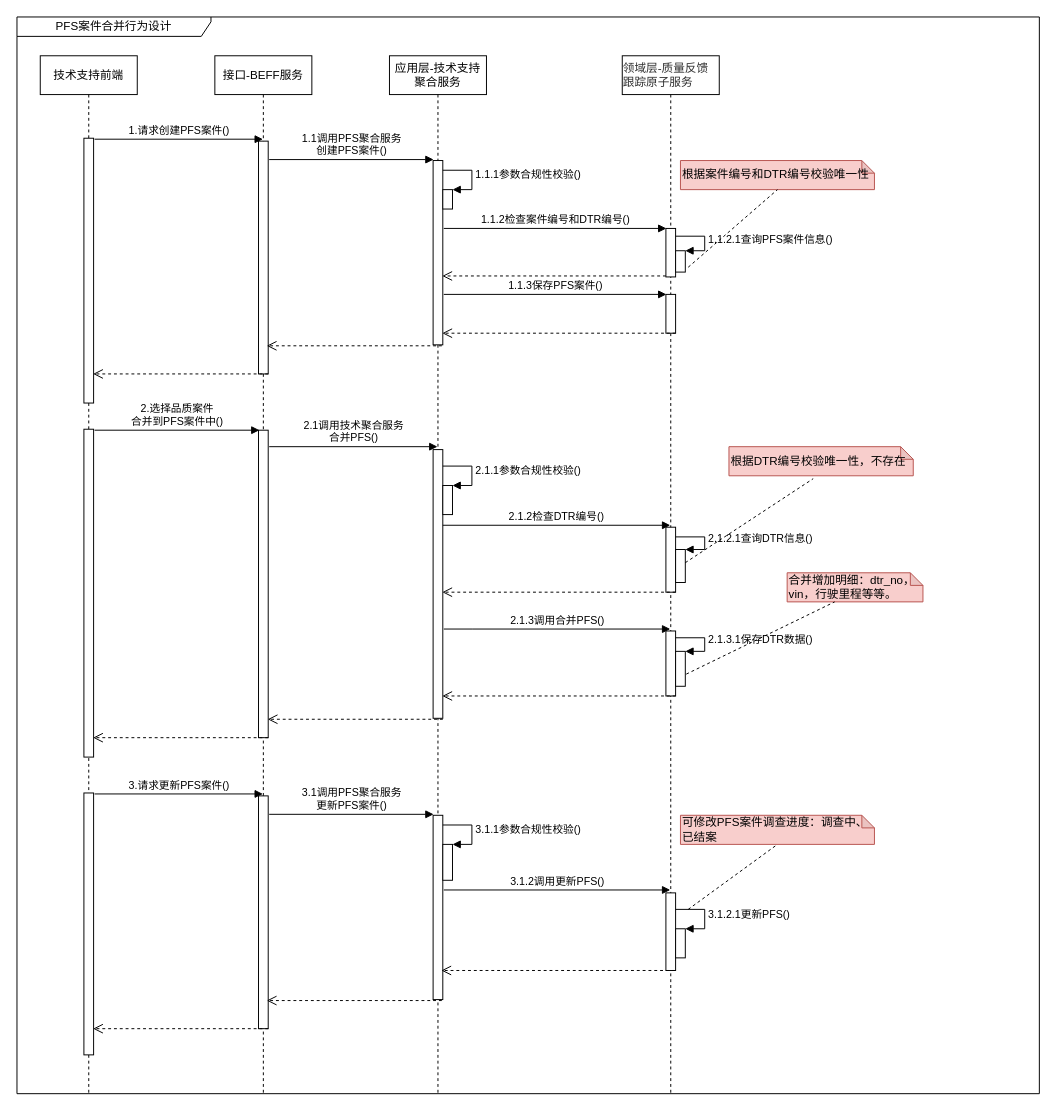
1132489442/designer keeps this draw.io diagram as page "PFS行为设计2" (17 of 21) of images/支援案件时序图.drawio. Above is the earlier version. Source tidied: cells renumbered, new cells numbered last; positions are measured from the earlier drawing's top-left corner, leaving out a move shared by most shapes. Both pictures are drawn from the tidied source at 97%, with x=0, y=0 at pixel (16, 16).
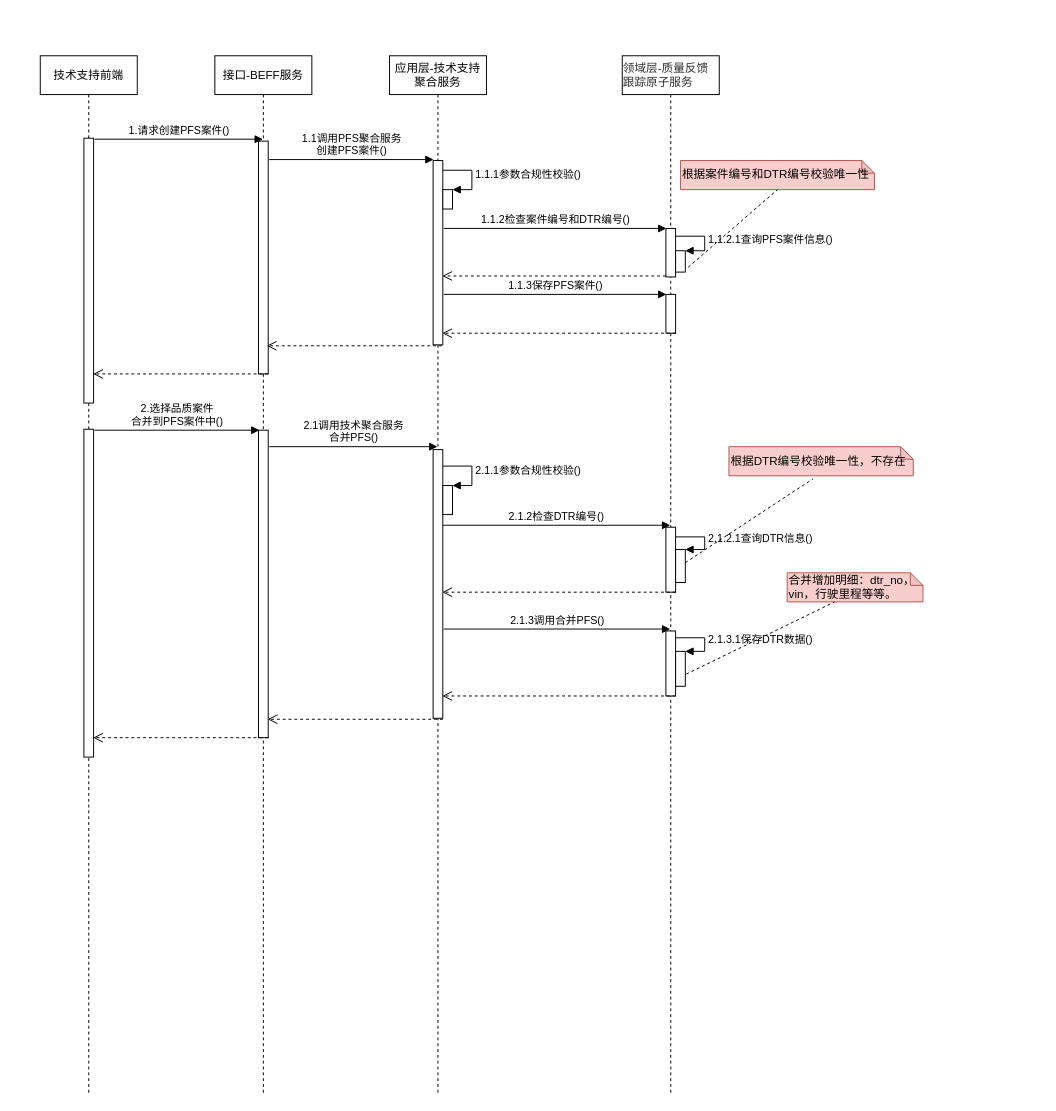
The same page after the edit.

The change refers to these unchanged cells:
```xml
<mxCell id="13" value="应用层-技术支持聚合服务" style="shape=umlLifeline;perimeter=lifelinePerimeter;whiteSpace=wrap;html=1;labelBackgroundColor=none;fillColor=#FFFFFF;" parent="1" vertex="1">
  <mxGeometry x="384" y="40" width="100" height="1070" as="geometry" />
</mxCell>
<mxCell id="25" value="&lt;div style=&quot;text-align: left&quot;&gt;&lt;font color=&quot;#2e2e2e&quot; style=&quot;font-size: 12px&quot;&gt;领域层-质量反馈跟踪原子服务&lt;/font&gt;&lt;/div&gt;" style="shape=umlLifeline;perimeter=lifelinePerimeter;whiteSpace=wrap;html=1;outlineConnect=0;labelBackgroundColor=none;fillColor=#FFFFFF;" parent="1" vertex="1">
  <mxGeometry x="624" y="40" width="100" height="1070" as="geometry" />
</mxCell>
```

What changed in the source:
```diff
@@
-    <mxCell id="2" value="PFS案件合并行为设计" style="shape=umlFrame;whiteSpace=wrap;html=1;width=200;height=20;" parent="1" vertex="1">
-      <mxGeometry width="1054" height="1110" as="geometry" />
-    </mxCell>
@@
-    <mxCell id="24" value="3.1.2调用更新PFS()" style="html=1;verticalAlign=bottom;endArrow=block;rounded=0;" parent="13" edge="1" target="25">
-      <mxGeometry relative="1" as="geometry">
-        <mxPoint x="56" y="860" as="sourcePoint" />
-      </mxGeometry>
-    </mxCell>
@@
-    <mxCell id="36" style="html=1;perimeter=orthogonalPerimeter;" parent="25" vertex="1">
-      <mxGeometry x="45" y="863" width="10" height="80" as="geometry" />
-    </mxCell>
-    <mxCell id="37" style="html=1;points=[];perimeter=orthogonalPerimeter;" parent="25" vertex="1">
-      <mxGeometry x="55" y="900" width="10" height="30" as="geometry" />
-    </mxCell>
-    <mxCell id="38" value="3.1.2.1更新PFS()" style="edgeStyle=orthogonalEdgeStyle;html=1;align=left;spacingLeft=2;endArrow=block;rounded=0;entryX=1;entryY=0;" parent="25" edge="1" target="37">
-      <mxGeometry relative="1" as="geometry">
-        <mxPoint x="55" y="880" as="sourcePoint" />
-        <Array as="points">
-          <mxPoint x="85" y="880" />
-        </Array>
-      </mxGeometry>
-    </mxCell>
@@
-    <mxCell id="53" style="html=1;perimeter=orthogonalPerimeter;labelBackgroundColor=none;labelBorderColor=none;fontColor=#000000;strokeColor=default;fillColor=default;" parent="1" vertex="1">
-      <mxGeometry x="69" y="800" width="10" height="270" as="geometry" />
-    </mxCell>
-    <mxCell id="54" value="3.请求更新PFS案件()" style="html=1;verticalAlign=bottom;endArrow=block;rounded=0;fontColor=#000000;" parent="1" edge="1">
-      <mxGeometry relative="1" as="geometry">
-        <mxPoint x="80" y="801" as="sourcePoint" />
-        <mxPoint x="253.5" y="801" as="targetPoint" />
-      </mxGeometry>
-    </mxCell>
-    <mxCell id="55" style="html=1;perimeter=orthogonalPerimeter;labelBackgroundColor=none;labelBorderColor=none;fontColor=#000000;strokeColor=default;fillColor=default;" parent="1" vertex="1">
-      <mxGeometry x="249" y="803" width="10" height="240" as="geometry" />
-    </mxCell>
-    <mxCell id="56" value="3.1调用PFS聚合服务&lt;br&gt;更新PFS案件()" style="html=1;verticalAlign=bottom;endArrow=block;rounded=0;fontColor=#000000;" parent="1" edge="1">
-      <mxGeometry relative="1" as="geometry">
-        <mxPoint x="260" y="822" as="sourcePoint" />
-        <mxPoint x="429.5" y="822" as="targetPoint" />
-      </mxGeometry>
-    </mxCell>
-    <mxCell id="57" style="html=1;perimeter=orthogonalPerimeter;labelBackgroundColor=none;labelBorderColor=none;fontColor=#000000;strokeColor=default;fillColor=default;" parent="1" vertex="1">
-      <mxGeometry x="429" y="823" width="10" height="190" as="geometry" />
-    </mxCell>
-    <mxCell id="58" style="html=1;points=[];perimeter=orthogonalPerimeter;labelBackgroundColor=none;labelBorderColor=none;fontColor=#000000;strokeColor=default;fillColor=default;" parent="1" vertex="1">
-      <mxGeometry x="439" y="853" width="10" height="37" as="geometry" />
-    </mxCell>
-    <mxCell id="59" value="3.1.1参数合规性校验()" style="edgeStyle=orthogonalEdgeStyle;html=1;align=left;spacingLeft=2;endArrow=block;rounded=0;entryX=1;entryY=0;fontColor=#000000;" parent="1" edge="1" target="58">
-      <mxGeometry relative="1" as="geometry">
-        <mxPoint x="439" y="833" as="sourcePoint" />
-        <Array as="points">
-          <mxPoint x="469" y="833" />
-        </Array>
-      </mxGeometry>
-    </mxCell>
-    <mxCell id="60" style="html=1;verticalAlign=bottom;endArrow=open;dashed=1;endSize=8;rounded=0;fontColor=#000000;" parent="1" edge="1">
-      <mxGeometry relative="1" as="geometry">
-        <mxPoint x="438" y="1014" as="sourcePoint" />
-        <mxPoint x="257.5" y="1014" as="targetPoint" />
-      </mxGeometry>
-    </mxCell>
-    <mxCell id="61" style="html=1;verticalAlign=bottom;endArrow=open;dashed=1;endSize=8;rounded=0;fontColor=#000000;" parent="1" edge="1">
-      <mxGeometry relative="1" as="geometry">
-        <mxPoint x="259" y="1043" as="sourcePoint" />
-        <mxPoint x="78.5" y="1043" as="targetPoint" />
-      </mxGeometry>
-    </mxCell>
-    <mxCell id="62" value="可修改PFS案件调查进度：调查中、已结案" style="shape=note;whiteSpace=wrap;html=1;backgroundOutline=1;darkOpacity=0.05;fillColor=#f8cecc;strokeColor=#b85450;align=left;size=13;" parent="1" vertex="1">
-      <mxGeometry x="684" y="823" width="200" height="30" as="geometry" />
-    </mxCell>
-    <mxCell id="63" style="endArrow=none;dashed=1;html=1;rounded=0;fontColor=#000000;entryX=0.5;entryY=1;entryDx=0;entryDy=0;entryPerimeter=0;" parent="1" edge="1" target="62">
-      <mxGeometry relative="1" as="geometry">
-        <mxPoint x="692" y="920" as="sourcePoint" />
-      </mxGeometry>
-    </mxCell>
-    <mxCell id="64" style="html=1;verticalAlign=bottom;endArrow=open;dashed=1;endSize=8;rounded=0;" parent="1" edge="1">
-      <mxGeometry relative="1" as="geometry">
-        <mxPoint x="678" y="983" as="sourcePoint" />
-        <mxPoint x="437.5" y="983" as="targetPoint" />
-      </mxGeometry>
-    </mxCell>
```
